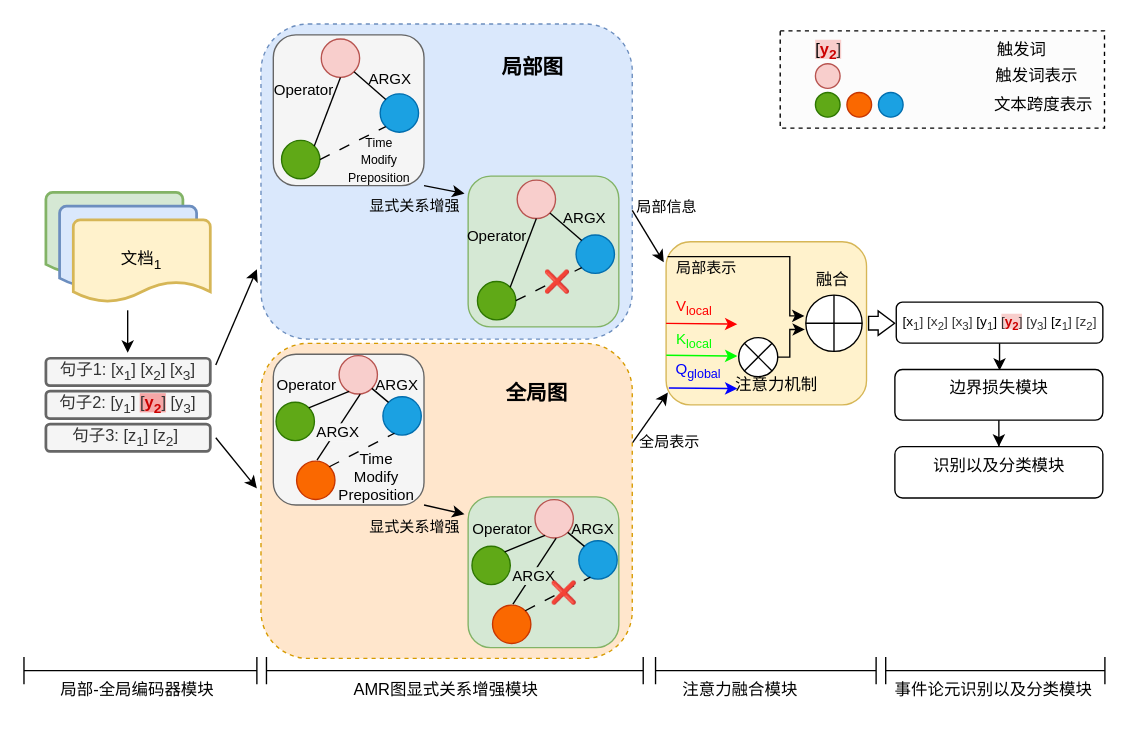
This is model-中文版.drawio from crawlerWPS/drawing, a draw.io file, before an edit. Source tidied: cells renumbered, new cells numbered last; positions are measured from the earlier drawing's top-left corner, leaving out a move shared by most shapes. Both pictures are drawn from the tidied source at 137%, with x=0, y=0 at pixel (23, 23).
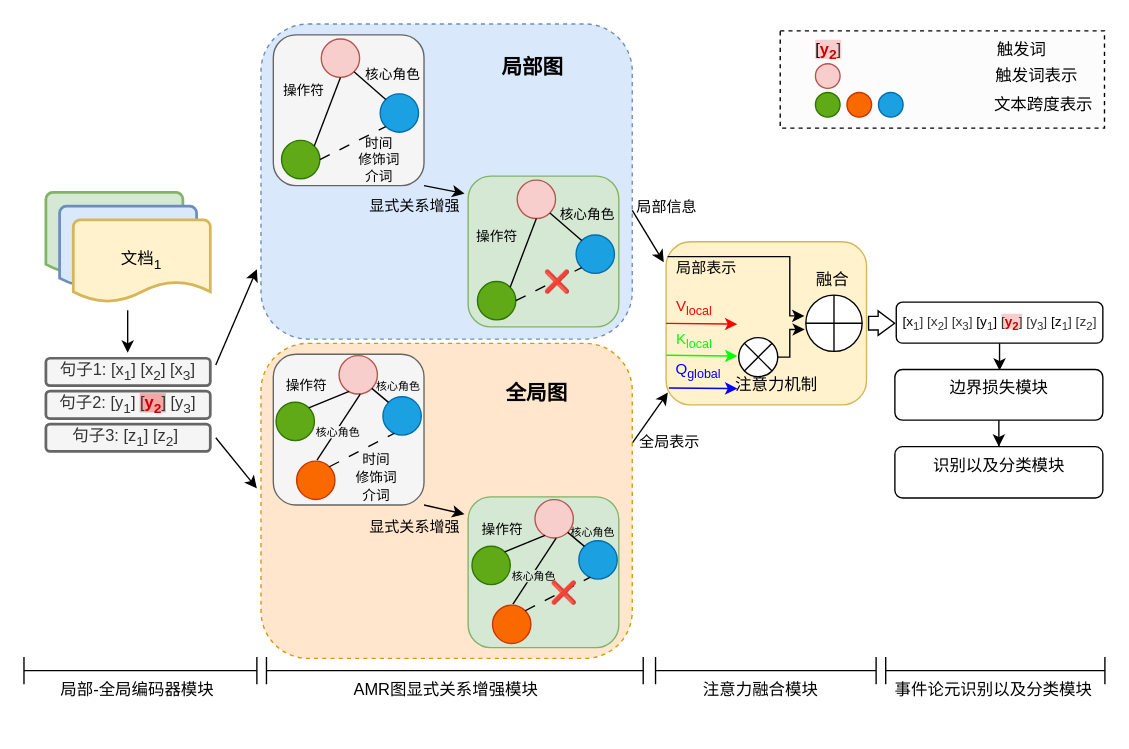
After the change.

Commit message (it also covers changes not shown here):
更新model-中文版.drawio

Unchanged cells that the change refers to:
```xml
<mxCell id="22" style="endArrow=none;html=1;rounded=0;entryX=0.5;entryY=1;entryDx=0;entryDy=0;exitX=1;exitY=0;exitDx=0;exitDy=0;" parent="1" edge="1" source="21" target="19">
  <mxGeometry relative="1" as="geometry" />
</mxCell>
<mxCell id="24" style="endArrow=none;html=1;rounded=0;entryX=0;entryY=1;entryDx=0;entryDy=0;exitX=1;exitY=0.5;exitDx=0;exitDy=0;dashed=1;dashPattern=8 8;" parent="1" edge="1" source="21" target="20">
  <mxGeometry relative="1" as="geometry" />
</mxCell>
<mxCell id="26" style="endArrow=none;html=1;rounded=0;entryX=0;entryY=0;entryDx=0;entryDy=0;exitX=1;exitY=1;exitDx=0;exitDy=0;" parent="1" edge="1" source="19" target="20">
  <mxGeometry relative="1" as="geometry" />
</mxCell>
<mxCell id="62" style="endArrow=none;html=1;rounded=0;entryX=0.5;entryY=1;entryDx=0;entryDy=0;exitX=1;exitY=0;exitDx=0;exitDy=0;" parent="1" edge="1" source="61" target="59">
  <mxGeometry relative="1" as="geometry" />
</mxCell>
<mxCell id="66" style="endArrow=none;html=1;rounded=0;entryX=0;entryY=0;entryDx=0;entryDy=0;exitX=1;exitY=1;exitDx=0;exitDy=0;" parent="1" edge="1" source="59" target="60">
  <mxGeometry relative="1" as="geometry" />
</mxCell>
<mxCell id="74" style="ellipse;whiteSpace=wrap;html=1;fillColor=#1ba1e2;fontColor=#ffffff;strokeColor=#006EAF;" parent="1" vertex="1">
  <mxGeometry x="262" y="272.1" width="28" height="28" as="geometry" />
</mxCell>
<mxCell id="76" style="endArrow=none;html=1;rounded=0;exitX=1;exitY=0;exitDx=0;exitDy=0;entryX=0.262;entryY=0.93;entryDx=0;entryDy=0;entryPerimeter=0;" parent="1" edge="1" source="75" target="73">
  <mxGeometry relative="1" as="geometry" />
</mxCell>
<mxCell id="78" style="endArrow=none;html=1;rounded=0;entryX=0;entryY=0;entryDx=0;entryDy=0;exitX=1;exitY=1;exitDx=0;exitDy=0;" parent="1" edge="1" source="73" target="74">
  <mxGeometry relative="1" as="geometry" />
</mxCell>
<mxCell id="80" style="ellipse;whiteSpace=wrap;html=1;fillColor=#fa6800;fontColor=#000000;strokeColor=#C73500;" parent="1" vertex="1">
  <mxGeometry x="199" y="319.1" width="28" height="28" as="geometry" />
</mxCell>
<mxCell id="81" style="endArrow=none;html=1;rounded=0;entryX=0.552;entryY=1.001;entryDx=0;entryDy=0;entryPerimeter=0;exitX=0.532;exitY=-0.029;exitDx=0;exitDy=0;exitPerimeter=0;" parent="1" edge="1" source="80" target="73">
  <mxGeometry relative="1" as="geometry" />
</mxCell>
<mxCell id="87" style="endArrow=none;html=1;rounded=0;exitX=1;exitY=0;exitDx=0;exitDy=0;entryX=0.262;entryY=0.93;entryDx=0;entryDy=0;entryPerimeter=0;" parent="1" edge="1" source="86" target="84">
  <mxGeometry relative="1" as="geometry" />
</mxCell>
<mxCell id="89" style="endArrow=none;html=1;rounded=0;entryX=0;entryY=0;entryDx=0;entryDy=0;exitX=1;exitY=1;exitDx=0;exitDy=0;" parent="1" edge="1" source="84" target="85">
  <mxGeometry relative="1" as="geometry" />
</mxCell>
<mxCell id="92" style="endArrow=none;html=1;rounded=0;entryX=0.552;entryY=1.001;entryDx=0;entryDy=0;entryPerimeter=0;exitX=0.532;exitY=-0.029;exitDx=0;exitDy=0;exitPerimeter=0;" parent="1" edge="1" source="91" target="84">
  <mxGeometry relative="1" as="geometry" />
</mxCell>
```

Change to the diagram source:
```diff
@@
-    <mxCell id="23" value="Operator" style="edgeLabel;html=1;align=center;verticalAlign=middle;labelBackgroundColor=none;" parent="22" vertex="1">
+    <mxCell id="23" value="操作符" style="edgeLabel;html=1;align=center;verticalAlign=middle;labelBackgroundColor=none;fontSize=10;" parent="22" vertex="1">
       <mxGeometry x="0.12" relative="1" as="geometry">
         <mxPoint x="-19" y="-14" as="offset" />
       </mxGeometry>
     </mxCell>
@@
-    <mxCell id="25" value="&lt;font style=&quot;font-size: 9px;&quot;&gt;Time&lt;br style=&quot;border-color: var(--border-color);&quot;&gt;&lt;span style=&quot;border-color: var(--border-color);&quot;&gt;Modify&lt;/span&gt;&lt;br style=&quot;border-color: var(--border-color);&quot;&gt;&lt;span style=&quot;border-color: var(--border-color);&quot;&gt;Preposition&lt;/span&gt;&lt;/font&gt;" style="edgeLabel;html=1;align=center;verticalAlign=middle;labelBackgroundColor=none;" parent="24" vertex="1">
+    <mxCell id="25" value="&lt;font style=&quot;font-size: 10px;&quot;&gt;时间&lt;br style=&quot;border-color: var(--border-color); font-size: 10px;&quot;&gt;修饰词&lt;br style=&quot;border-color: var(--border-color); font-size: 10px;&quot;&gt;介词&lt;br style=&quot;font-size: 10px;&quot;&gt;&lt;/font&gt;" style="edgeLabel;html=1;align=center;verticalAlign=middle;labelBackgroundColor=none;fontSize=10;" parent="24" vertex="1">
       <mxGeometry x="0.2" y="1" relative="1" as="geometry">
         <mxPoint x="14" y="15" as="offset" />
       </mxGeometry>
     </mxCell>
@@
-    <mxCell id="27" value="ARGX" style="edgeLabel;html=1;align=center;verticalAlign=middle;labelBackgroundColor=none;" parent="26" vertex="1">
+    <mxCell id="27" value="核心角色" style="edgeLabel;html=1;align=center;verticalAlign=middle;labelBackgroundColor=none;fontSize=10;" parent="26" vertex="1">
       <mxGeometry x="-0.22" y="1" relative="1" as="geometry">
-        <mxPoint x="16" y="-3" as="offset" />
+        <mxPoint x="18" y="-6" as="offset" />
       </mxGeometry>
     </mxCell>
@@
-    <mxCell id="63" value="Operator" style="edgeLabel;html=1;align=center;verticalAlign=middle;labelBackgroundColor=none;" parent="62" vertex="1">
+    <mxCell id="63" value="操作符" style="edgeLabel;html=1;align=center;verticalAlign=middle;labelBackgroundColor=none;fontSize=10;" parent="62" vertex="1">
       <mxGeometry x="0.22" relative="1" as="geometry">
         <mxPoint x="-22" y="-7" as="offset" />
       </mxGeometry>
     </mxCell>
@@
-    <mxCell id="67" value="ARGX" style="edgeLabel;html=1;align=center;verticalAlign=middle;labelBackgroundColor=none;" parent="66" vertex="1">
+    <mxCell id="67" value="核心角色" style="edgeLabel;html=1;align=center;verticalAlign=middle;labelBackgroundColor=none;fontSize=10;" parent="66" vertex="1">
       <mxGeometry x="-0.07" y="1" relative="1" as="geometry">
-        <mxPoint x="13" y="-5" as="offset" />
+        <mxPoint x="15" y="-8" as="offset" />
       </mxGeometry>
     </mxCell>
@@
-    <mxCell id="77" value="Operator" style="edgeLabel;html=1;align=center;verticalAlign=middle;labelBackgroundColor=none;" parent="76" vertex="1">
+    <mxCell id="77" value="操作符" style="edgeLabel;html=1;align=center;verticalAlign=middle;labelBackgroundColor=none;fontSize=10;" parent="76" vertex="1">
       <mxGeometry x="-0.09" relative="1" as="geometry">
         <mxPoint x="-15" y="-11" as="offset" />
       </mxGeometry>
     </mxCell>
@@
-    <mxCell id="79" value="ARGX" style="edgeLabel;html=1;align=center;verticalAlign=middle;labelBackgroundColor=none;" parent="78" vertex="1">
+    <mxCell id="79" value="核心角色" style="edgeLabel;html=1;align=center;verticalAlign=middle;labelBackgroundColor=none;fontSize=8;" parent="78" vertex="1">
       <mxGeometry x="-0.08" relative="1" as="geometry">
-        <mxPoint x="12" y="-7" as="offset" />
+        <mxPoint x="13" y="-6" as="offset" />
       </mxGeometry>
     </mxCell>
@@
-    <mxCell id="82" value="ARGX" style="edgeLabel;html=1;align=center;verticalAlign=middle;labelBackgroundColor=#f5f5f5;" parent="81" vertex="1">
+    <mxCell id="82" value="核心角色" style="edgeLabel;html=1;align=center;verticalAlign=middle;labelBackgroundColor=#f5f5f5;fontSize=8;" parent="81" vertex="1">
       <mxGeometry x="0.14" relative="1" as="geometry">
         <mxPoint x="-3" y="7" as="offset" />
       </mxGeometry>
     </mxCell>
-    <mxCell id="83" value="Time&lt;br style=&quot;border-color: var(--border-color);&quot;&gt;&lt;span style=&quot;&quot;&gt;Modify&lt;/span&gt;&lt;br style=&quot;border-color: var(--border-color);&quot;&gt;&lt;span style=&quot;&quot;&gt;Preposition&lt;/span&gt;" style="endArrow=none;html=1;rounded=0;entryX=0.301;entryY=0.951;entryDx=0;entryDy=0;entryPerimeter=0;exitX=1;exitY=0;exitDx=0;exitDy=0;labelBackgroundColor=none;dashed=1;dashPattern=8 8;" parent="1" edge="1" source="80" target="74">
+    <mxCell id="83" value="&lt;font style=&quot;font-size: 10px;&quot;&gt;时间&lt;br&gt;修饰词&lt;br&gt;介词&lt;/font&gt;" style="endArrow=none;html=1;rounded=0;entryX=0.301;entryY=0.951;entryDx=0;entryDy=0;entryPerimeter=0;exitX=1;exitY=0;exitDx=0;exitDy=0;labelBackgroundColor=none;dashed=1;dashPattern=8 8;" parent="1" edge="1" source="80" target="74">
       <mxGeometry y="-23" relative="1" as="geometry" />
     </mxCell>
@@
-    <mxCell id="88" value="Operator" style="edgeLabel;html=1;align=center;verticalAlign=middle;labelBackgroundColor=none;" parent="87" vertex="1">
+    <mxCell id="88" value="操作符" style="edgeLabel;html=1;align=center;verticalAlign=middle;labelBackgroundColor=none;fontSize=10;" parent="87" vertex="1">
       <mxGeometry x="-0.09" relative="1" as="geometry">
         <mxPoint x="-15" y="-11" as="offset" />
       </mxGeometry>
     </mxCell>
@@
-    <mxCell id="90" value="ARGX" style="edgeLabel;html=1;align=center;verticalAlign=middle;labelBackgroundColor=none;" parent="89" vertex="1">
+    <mxCell id="90" value="核心角色" style="edgeLabel;html=1;align=center;verticalAlign=middle;labelBackgroundColor=none;fontSize=8;" parent="89" vertex="1">
       <mxGeometry x="-0.08" relative="1" as="geometry">
-        <mxPoint x="12" y="-7" as="offset" />
+        <mxPoint x="12" y="-5" as="offset" />
       </mxGeometry>
     </mxCell>
@@
-    <mxCell id="93" value="ARGX" style="edgeLabel;html=1;align=center;verticalAlign=middle;labelBackgroundColor=#d5e8d4;" parent="92" vertex="1">
+    <mxCell id="93" value="核心角色" style="edgeLabel;html=1;align=center;verticalAlign=middle;labelBackgroundColor=#d5e8d4;fontSize=8;" parent="92" vertex="1">
       <mxGeometry x="0.14" relative="1" as="geometry">
         <mxPoint x="-3" y="7" as="offset" />
       </mxGeometry>
     </mxCell>
@@
     <mxCell id="102" value="&lt;span style=&quot;color: rgb(0, 0, 0); font-family: Helvetica; font-style: normal; font-variant-ligatures: normal; font-variant-caps: normal; font-weight: 400; letter-spacing: normal; orphans: 2; text-align: center; text-indent: 0px; text-transform: none; widows: 2; word-spacing: 0px; -webkit-text-stroke-width: 0px; background-color: rgb(255, 255, 255); text-decoration-thickness: initial; text-decoration-style: initial; text-decoration-color: initial; float: none; display: inline !important;&quot;&gt;&lt;font style=&quot;font-size: 12px;&quot;&gt;注意力融合模块&lt;/font&gt;&lt;/span&gt;" style="text;whiteSpace=wrap;html=1;" parent="1" vertex="1">
-      <mxGeometry x="479" y="472" width="137" height="40" as="geometry" />
+      <mxGeometry x="494" y="472" width="115" height="40" as="geometry" />
     </mxCell>
```
